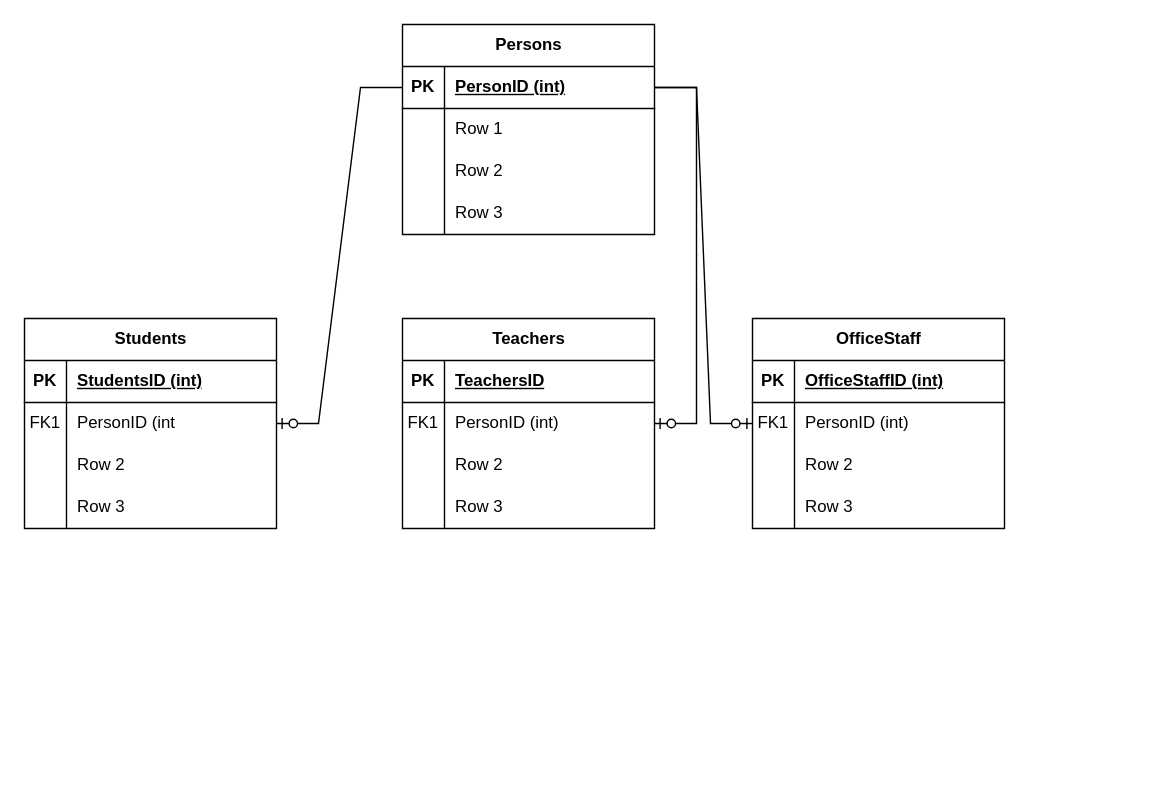
Earlier version of the draw.io diagram Diagramma senza titolo.drawio (federico-mariconti/SIAM-1838). Source tidied: cells renumbered, new cells numbered last; positions are measured from the earlier drawing's top-left corner, leaving out a move shared by most shapes. Both pictures are drawn from the tidied source at 140%, with x=0, y=0 at pixel (24, 24).
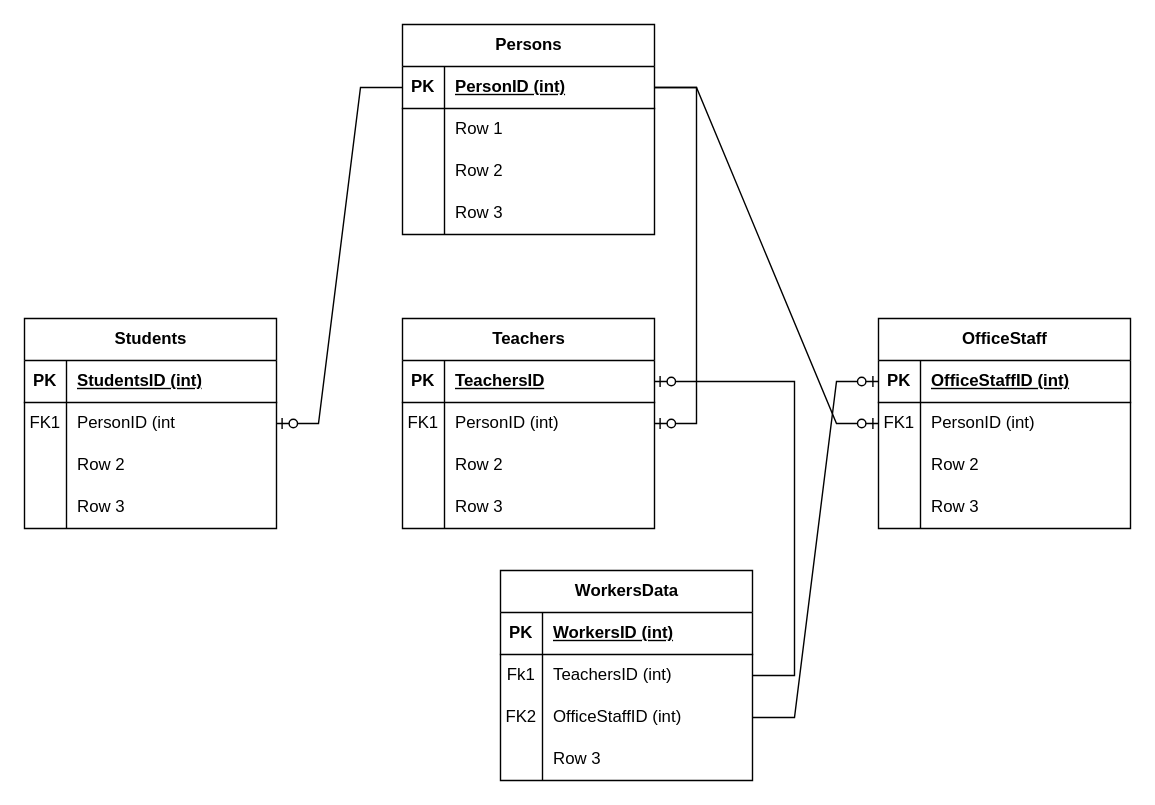
Above is the later version.

The change refers to these unchanged cells:
```xml
<mxCell id="29" style="shape=tableRow;horizontal=0;startSize=0;swimlaneHead=0;swimlaneBody=0;fillColor=none;points=[[0,0.5],[1,0.5]];portConstraint=eastwest;top=0;left=0;right=0;bottom=1;" parent="28" vertex="1">
  <mxGeometry y="30" width="180" height="30" as="geometry" />
</mxCell>
<mxCell id="42" style="shape=tableRow;horizontal=0;startSize=0;swimlaneHead=0;swimlaneBody=0;fillColor=none;points=[[0,0.5],[1,0.5]];portConstraint=eastwest;top=0;left=0;right=0;bottom=1;" parent="41" vertex="1">
  <mxGeometry y="30" width="180" height="30" as="geometry" />
</mxCell>
```

Change to the diagram source:
```diff
@@
     <mxCell id="41" value="OfficeStaff" style="shape=table;startSize=30;childLayout=tableLayout;rowLines=0;fontStyle=1;align=center;html=1;" parent="1" vertex="1">
-      <mxGeometry x="520" y="210" width="180" height="150" as="geometry" />
+      <mxGeometry x="610" y="210" width="180" height="150" as="geometry" />
     </mxCell>
@@
+    <mxCell id="57" value="WorkersData" style="shape=table;startSize=30;childLayout=tableLayout;rowLines=0;fontStyle=1;align=center;html=1;" parent="1" vertex="1">
+      <mxGeometry x="340" y="390" width="180" height="150" as="geometry" />
+    </mxCell>
+    <mxCell id="58" style="shape=tableRow;horizontal=0;startSize=0;swimlaneHead=0;swimlaneBody=0;fillColor=none;top=0;left=0;right=0;bottom=1;" parent="57" vertex="1">
+      <mxGeometry y="30" width="180" height="30" as="geometry" />
+    </mxCell>
+    <mxCell id="59" value="PK" style="shape=partialRectangle;fillColor=none;top=0;left=0;bottom=0;right=0;fontStyle=1;overflow=hidden;whiteSpace=wrap;html=1;" parent="58" vertex="1">
+      <mxGeometry width="30" height="30" as="geometry" />
+    </mxCell>
+    <mxCell id="60" value="WorkersID (int)" style="shape=partialRectangle;fillColor=none;top=0;left=0;bottom=0;right=0;align=left;spacingLeft=6;fontStyle=5;overflow=hidden;whiteSpace=wrap;html=1;" parent="58" vertex="1">
+      <mxGeometry x="30" width="150" height="30" as="geometry" />
+    </mxCell>
+    <mxCell id="61" style="shape=tableRow;horizontal=0;startSize=0;swimlaneHead=0;swimlaneBody=0;fillColor=none;points=[[0,0.5],[1,0.5]];portConstraint=eastwest;top=0;left=0;right=0;bottom=0;" parent="57" vertex="1">
+      <mxGeometry y="60" width="180" height="30" as="geometry" />
+    </mxCell>
+    <mxCell id="62" value="Fk1" style="shape=partialRectangle;fillColor=none;top=0;left=0;bottom=0;right=0;overflow=hidden;whiteSpace=wrap;html=1;" parent="61" vertex="1">
+      <mxGeometry width="30" height="30" as="geometry" />
+    </mxCell>
+    <mxCell id="63" value="TeachersID (int)" style="shape=partialRectangle;fillColor=none;top=0;left=0;bottom=0;right=0;align=left;spacingLeft=6;overflow=hidden;whiteSpace=wrap;html=1;" parent="61" vertex="1">
+      <mxGeometry x="30" width="150" height="30" as="geometry" />
+    </mxCell>
+    <mxCell id="64" style="shape=tableRow;horizontal=0;startSize=0;swimlaneHead=0;swimlaneBody=0;fillColor=none;points=[[0,0.5],[1,0.5]];portConstraint=eastwest;top=0;left=0;right=0;bottom=0;" parent="57" vertex="1">
+      <mxGeometry y="90" width="180" height="30" as="geometry" />
+    </mxCell>
+    <mxCell id="65" value="FK2" style="shape=partialRectangle;fillColor=none;top=0;left=0;bottom=0;right=0;overflow=hidden;whiteSpace=wrap;html=1;" parent="64" vertex="1">
+      <mxGeometry width="30" height="30" as="geometry" />
+    </mxCell>
+    <mxCell id="66" value="OfficeStaffID (int)" style="shape=partialRectangle;fillColor=none;top=0;left=0;bottom=0;right=0;align=left;spacingLeft=6;overflow=hidden;whiteSpace=wrap;html=1;" parent="64" vertex="1">
+      <mxGeometry x="30" width="150" height="30" as="geometry" />
+    </mxCell>
+    <mxCell id="67" style="shape=tableRow;horizontal=0;startSize=0;swimlaneHead=0;swimlaneBody=0;fillColor=none;top=0;left=0;right=0;bottom=0;" parent="57" vertex="1">
+      <mxGeometry y="120" width="180" height="30" as="geometry" />
+    </mxCell>
+    <mxCell id="68" style="shape=partialRectangle;fillColor=none;top=0;left=0;bottom=0;right=0;overflow=hidden;whiteSpace=wrap;html=1;" parent="67" vertex="1">
+      <mxGeometry width="30" height="30" as="geometry" />
+    </mxCell>
+    <mxCell id="69" value="Row 3" style="shape=partialRectangle;fillColor=none;top=0;left=0;bottom=0;right=0;align=left;spacingLeft=6;overflow=hidden;whiteSpace=wrap;html=1;" parent="67" vertex="1">
+      <mxGeometry x="30" width="150" height="30" as="geometry" />
+    </mxCell>
+    <mxCell id="70" style="edgeStyle=entityRelationEdgeStyle;fontSize=12;html=1;endArrow=ERzeroToOne;endFill=1;rounded=0;" parent="1" edge="1" source="61" target="29">
+      <mxGeometry relative="1" as="geometry" />
+    </mxCell>
+    <mxCell id="71" style="edgeStyle=entityRelationEdgeStyle;fontSize=12;html=1;endArrow=ERzeroToOne;endFill=1;rounded=0;" parent="1" edge="1" source="64" target="42">
+      <mxGeometry relative="1" as="geometry" />
+    </mxCell>
```
